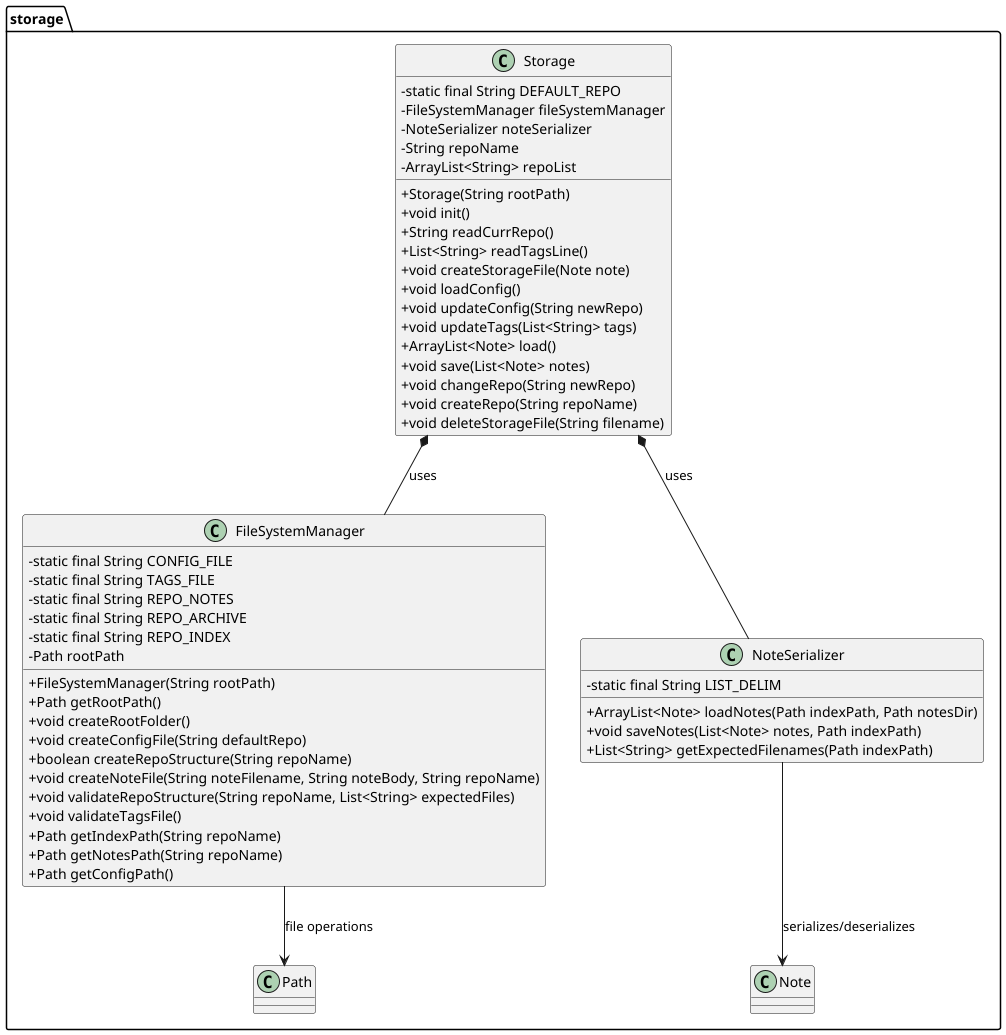
This is docs/images/StoragePackage.png from shauntsr/tp, a PlantUML export, as it was before one commit.
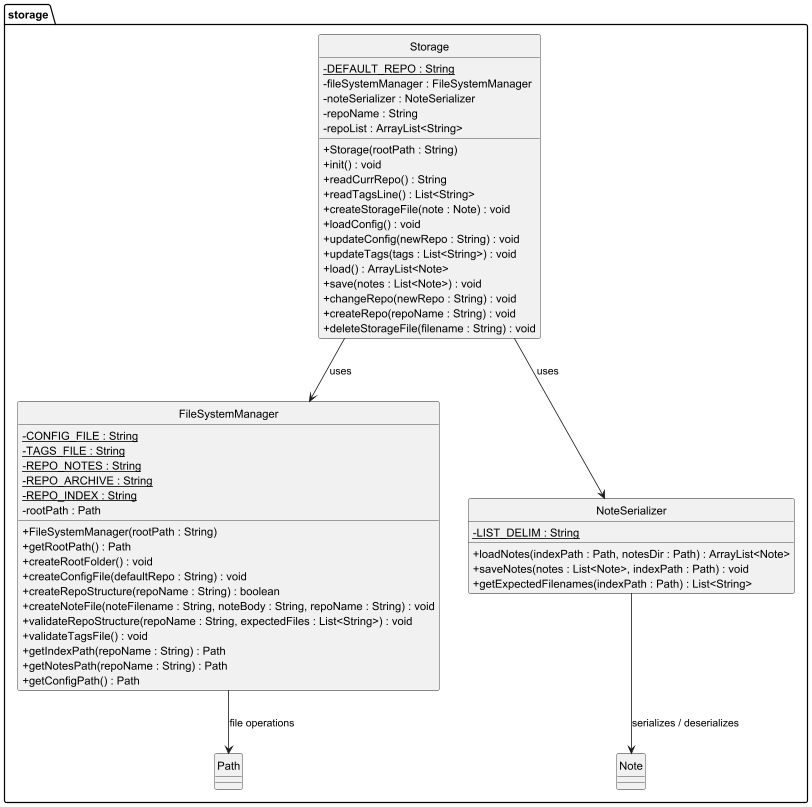
Above is the later version.

The edit, as a diff of the source:
```diff
@@ -1,65 +1,67 @@
 @startuml StoragePackage
 skinparam classAttributeIconSize 0
+hide circle
 
 package storage {
+
     class Storage {
-        - static final String DEFAULT_REPO
-        - FileSystemManager fileSystemManager
-        - NoteSerializer noteSerializer
-        - String repoName
-        - ArrayList<String> repoList
+        - {static} DEFAULT_REPO : String
+        - fileSystemManager : FileSystemManager
+        - noteSerializer : NoteSerializer
+        - repoName : String
+        - repoList : ArrayList<String>
 
-        + Storage(String rootPath)
-        + void init()
-        + String readCurrRepo()
-        + List<String> readTagsLine()
-        + void createStorageFile(Note note)
-        + void loadConfig()
-        + void updateConfig(String newRepo)
-        + void updateTags(List<String> tags)
-        + ArrayList<Note> load()
-        + void save(List<Note> notes)
-        + void changeRepo(String newRepo)
-        + void createRepo(String repoName)
-        + void deleteStorageFile(String filename)
+        + Storage(rootPath : String)
+        + init() : void
+        + readCurrRepo() : String
+        + readTagsLine() : List<String>
+        + createStorageFile(note : Note) : void
+        + loadConfig() : void
+        + updateConfig(newRepo : String) : void
+        + updateTags(tags : List<String>) : void
+        + load() : ArrayList<Note>
+        + save(notes : List<Note>) : void
+        + changeRepo(newRepo : String) : void
+        + createRepo(repoName : String) : void
+        + deleteStorageFile(filename : String) : void
     }
 
     class FileSystemManager {
-        - static final String CONFIG_FILE
-        - static final String TAGS_FILE
-        - static final String REPO_NOTES
-        - static final String REPO_ARCHIVE
-        - static final String REPO_INDEX
-        - Path rootPath
+        - {static} CONFIG_FILE : String
+        - {static} TAGS_FILE : String
+        - {static} REPO_NOTES : String
+        - {static} REPO_ARCHIVE : String
+        - {static} REPO_INDEX : String
+        - rootPath : Path
 
-        + FileSystemManager(String rootPath)
-        + Path getRootPath()
-        + void createRootFolder()
-        + void createConfigFile(String defaultRepo)
-        + boolean createRepoStructure(String repoName)
-        + void createNoteFile(String noteFilename, String noteBody, String repoName)
-        + void validateRepoStructure(String repoName, List<String> expectedFiles)
-        + void validateTagsFile()
-        + Path getIndexPath(String repoName)
-        + Path getNotesPath(String repoName)
-        + Path getConfigPath()
+        + FileSystemManager(rootPath : String)
+        + getRootPath() : Path
+        + createRootFolder() : void
+        + createConfigFile(defaultRepo : String) : void
+        + createRepoStructure(repoName : String) : boolean
+        + createNoteFile(noteFilename : String, noteBody : String, repoName : String) : void
+        + validateRepoStructure(repoName : String, expectedFiles : List<String>) : void
+        + validateTagsFile() : void
+        + getIndexPath(repoName : String) : Path
+        + getNotesPath(repoName : String) : Path
+        + getConfigPath() : Path
     }
 
     class NoteSerializer {
-        - static final String LIST_DELIM
+        - {static} LIST_DELIM : String
 
-        + ArrayList<Note> loadNotes(Path indexPath, Path notesDir)
-        + void saveNotes(List<Note> notes, Path indexPath)
-        + List<String> getExpectedFilenames(Path indexPath)
+        + loadNotes(indexPath : Path, notesDir : Path) : ArrayList<Note>
+        + saveNotes(notes : List<Note>, indexPath : Path) : void
+        + getExpectedFilenames(indexPath : Path) : List<String>
     }
 
     class Note {
     }
 
-
-    Storage *-- FileSystemManager : uses
-    Storage *-- NoteSerializer : uses
-    NoteSerializer --> Note : serializes/deserializes
+    Storage --> FileSystemManager : uses
+    Storage --> NoteSerializer : uses
+    NoteSerializer --> Note : serializes / deserializes
     FileSystemManager --> Path : file operations
 }
+
 @enduml
```
